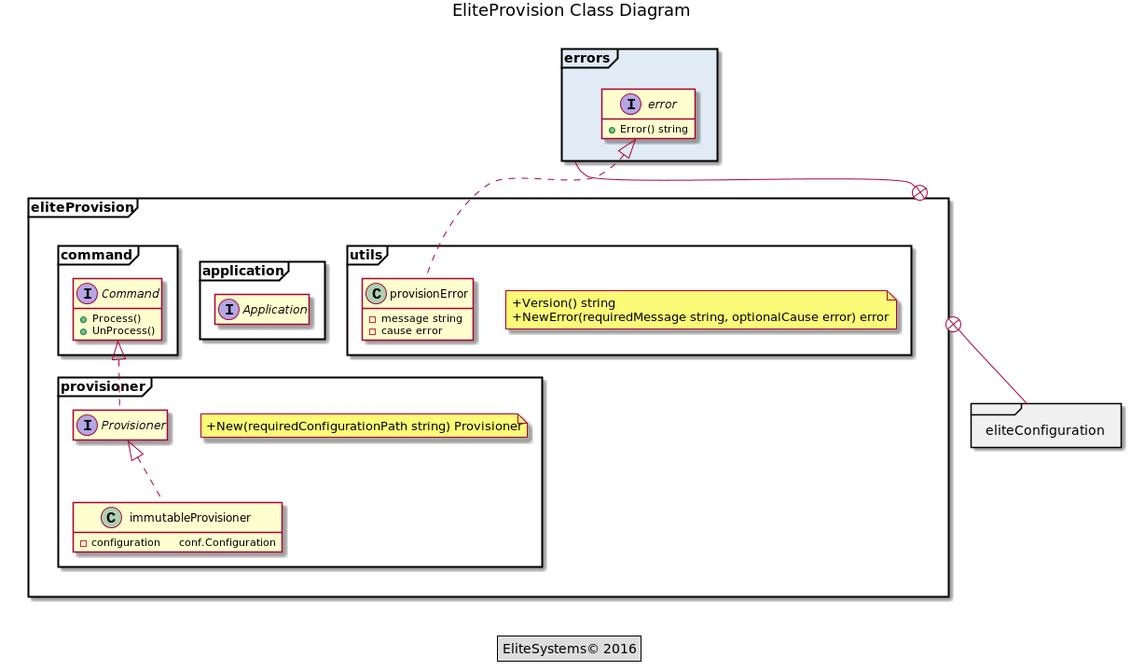
This is documentation/images/classDiagram.png from EliteSystems/eliteConfiguration, a PlantUML export, as it was before one commit.
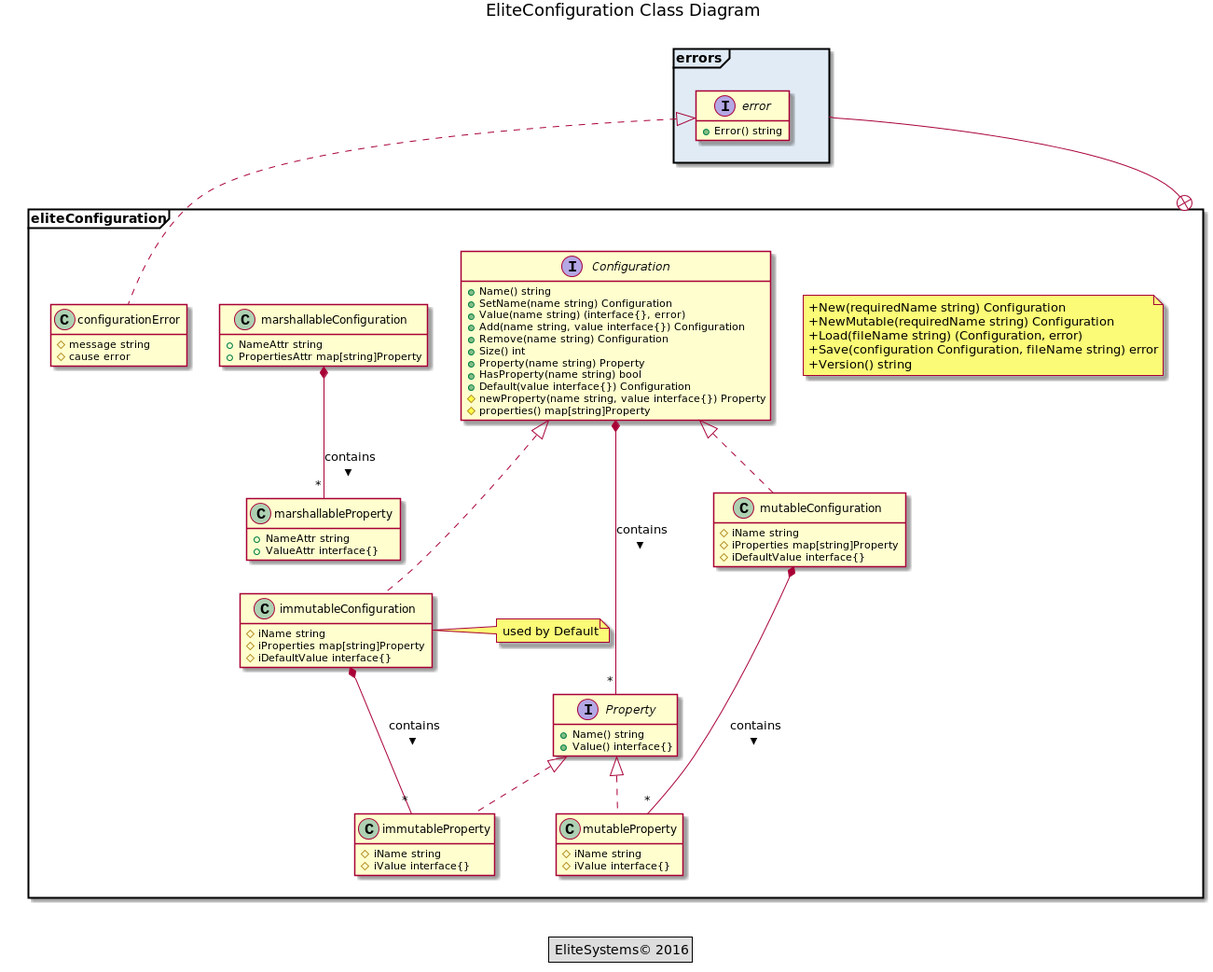
After the change.

Commit message:
eliteConfiguration - MutableConfiguration

Change to the diagram source:
```diff
@@ -9,68 +9,93 @@
 
 }
 
-package eliteProvision <<Frame>> #DD {
+package eliteConfiguration <<Frame>> #DD {
 
-    package utils <<Frame>> #DD {
+    note as packageMethods
+        +New(requiredName string) Configuration
+        +NewMutable(requiredName string) Configuration
+        +Load(fileName string) (Configuration, error)
+        +Save(configuration Configuration, fileName string) error
+        +Version() string
+    end note
 
-            note as utilsMethods
-                +Version() string
-                +NewError(requiredMessage string, optionalCause error) error
-            end note
-
-            class provisionError {
-                -message string
-                -cause error
-            }
+    interface Configuration {
+        +Name() string
+        +SetName(name string) Configuration
+        +Value(name string) (interface{}, error)
+        +Add(name string, value interface{}) Configuration
+        +Remove(name string) Configuration
+        +Size() int
+        +Property(name string) Property
+        +HasProperty(name string) bool
+        +Default(value interface{}) Configuration
+        #newProperty(name string, value interface{}) Property
+        #properties() map[string]Property
     }
 
-    package provisioner <<Frame>> #DD {
-
-        note as provisionerMethods
-            +New(requiredConfigurationPath string) Provisioner
-        end note
-
-        interface Provisioner {
-        }
-
-        class immutableProvisioner {
-            -configuration     conf.Configuration
-        }
-
+    interface Property {
+        +Name() string
+        +Value() interface{}
     }
 
-     package application <<Frame>> #DD {
+    class marshallableConfiguration {
+        +NameAttr string
+        +PropertiesAttr map[string]Property
+    }
 
-        interface Application {
-        }
+    class mutableConfiguration {
+        #iName string
+        #iProperties map[string]Property
+        #iDefaultValue interface{}
+    }
 
-     }
+    class immutableConfiguration {
+        #iName string
+        #iProperties map[string]Property
+        #iDefaultValue interface{}
+    }
+    note right : used by Default
 
-     package command <<Frame>> #DD {
+    class immutableProperty {
+        #iName string
+        #iValue interface{}
+    }
 
-        interface Command {
-            +Process()
-            +UnProcess()
-        }
-     }
+    class mutableProperty {
+        #iName string
+        #iValue interface{}
+    }
 
-}
+    class marshallableProperty {
+        +NameAttr string
+        +ValueAttr interface{}
+    }
 
-package eliteConfiguration <<Frame>> #F0F0F0 {
+    class configurationError {
+        #message string
+        #cause error
+    }
 
 }
 
 
-errors -+ eliteProvision
-eliteProvision +- eliteConfiguration
 
-Command <|.. Provisioner
-Provisioner <|.. immutableProvisioner
-error <|.. provisionError
+eliteConfiguration +-- errors
+
+Configuration <|.. immutableConfiguration
+Configuration <|.. mutableConfiguration
+error <|.. configurationError
+Property <|.. immutableProperty
+Property <|.. mutableProperty
+Configuration *--- "*" Property : contains >
+marshallableConfiguration *-- "*" marshallableProperty : contains >
+immutableConfiguration *-- "*" immutableProperty : contains >
+mutableConfiguration *-- "*" mutableProperty : contains >
+
 
 
 title
-    EliteProvision Class Diagram
+    EliteConfiguration Class Diagram
 endtitle
 
 legend center
```
